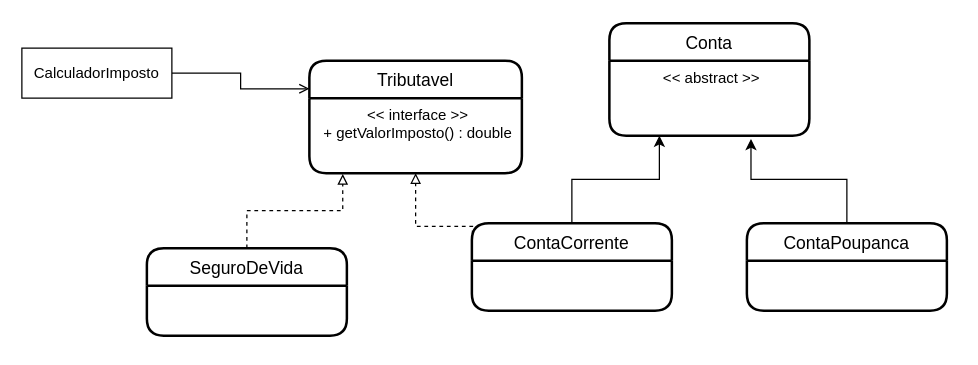
Above: page "by-herança-conta" (2 of 4) of java-puro-alr/Untitled Diagram.drawio in a-pinheira/java-learning-zone (draw.io), before the change. Source tidied: cells renumbered, new cells numbered last; positions are measured from the earlier drawing's top-left corner, leaving out a move shared by most shapes. Both pictures are drawn from the tidied source at 125%, with x=0, y=0 at pixel (21, 22).
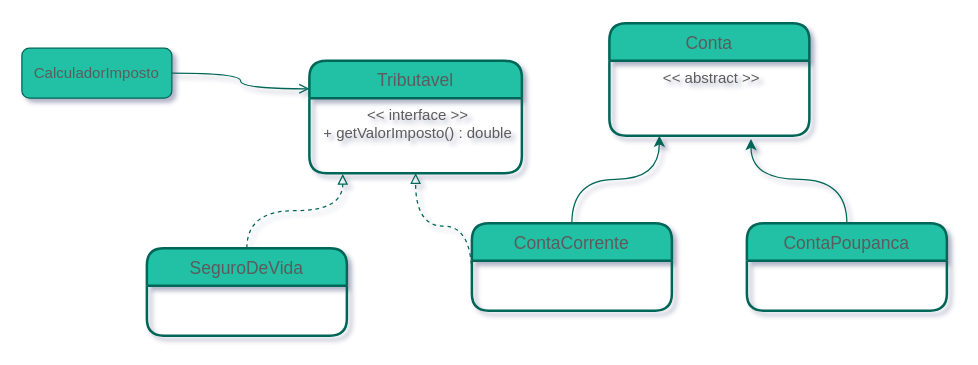
After the change.

The edit, as a diff of the source:
```diff
@@
-<mxGraphModel>
+<mxGraphModel background="#ffffff" shadow="1">
   <root>
     <mxCell id="0" />
     <mxCell id="1" parent="0" />
-    <mxCell id="2" value="Conta" style="swimlane;horizontal=1;startSize=30;rounded=1;fontSize=14;fontStyle=0;strokeWidth=2;shadow=0;dashed=0;align=center;" parent="1" vertex="1">
+    <mxCell id="2" value="Conta" style="swimlane;horizontal=1;startSize=30;fontSize=14;fontStyle=0;strokeWidth=2;shadow=0;dashed=0;align=center;fillColor=#21C0A5;strokeColor=#006658;fontColor=#5C5C5C;rounded=1;" parent="1" vertex="1">
       <mxGeometry x="470" width="160" height="90" as="geometry" />
     </mxCell>
-    <mxCell id="3" value="&lt;&lt; abstract &gt;&gt;" style="align=center;strokeColor=none;fillColor=none;spacingLeft=4;fontSize=12;verticalAlign=top;" parent="2" vertex="1">
+    <mxCell id="3" value="&lt;&lt; abstract &gt;&gt;" style="align=center;strokeColor=none;fillColor=none;spacingLeft=4;fontSize=12;verticalAlign=top;fontColor=#5C5C5C;rounded=1;" parent="2" vertex="1">
       <mxGeometry y="30" width="160" height="60" as="geometry" />
     </mxCell>
-    <mxCell id="4" style="edgeStyle=orthogonalEdgeStyle;rounded=0;jettySize=auto;html=1;entryX=0.708;entryY=1.044;entryDx=0;entryDy=0;entryPerimeter=0;" parent="1" edge="1" source="5" target="3">
+    <mxCell id="4" style="edgeStyle=orthogonalEdgeStyle;jettySize=auto;html=1;entryX=0.708;entryY=1.044;entryDx=0;entryDy=0;entryPerimeter=0;strokeColor=#006658;fontColor=#5C5C5C;curved=1;" parent="1" edge="1" source="5" target="3">
       <mxGeometry relative="1" as="geometry" />
     </mxCell>
-    <mxCell id="5" value="ContaPoupanca" style="swimlane;horizontal=1;startSize=30;rounded=1;fontSize=14;fontStyle=0;strokeWidth=2;shadow=0;dashed=0;align=center;" parent="1" vertex="1">
+    <mxCell id="5" value="ContaPoupanca" style="swimlane;horizontal=1;startSize=30;fontSize=14;fontStyle=0;strokeWidth=2;shadow=0;dashed=0;align=center;fillColor=#21C0A5;strokeColor=#006658;fontColor=#5C5C5C;rounded=1;" parent="1" vertex="1">
       <mxGeometry x="580" y="160" width="160" height="70" as="geometry" />
     </mxCell>
-    <mxCell id="6" style="edgeStyle=orthogonalEdgeStyle;rounded=0;jettySize=auto;html=1;entryX=0.25;entryY=1;entryDx=0;entryDy=0;" parent="1" edge="1" source="8" target="3">
+    <mxCell id="6" style="edgeStyle=orthogonalEdgeStyle;jettySize=auto;html=1;entryX=0.25;entryY=1;entryDx=0;entryDy=0;strokeColor=#006658;fontColor=#5C5C5C;curved=1;" parent="1" edge="1" source="8" target="3">
       <mxGeometry relative="1" as="geometry" />
     </mxCell>
-    <mxCell id="7" style="edgeStyle=orthogonalEdgeStyle;rounded=0;jettySize=auto;html=1;dashed=1;endArrow=block;endFill=0;entryX=0.5;entryY=1;entryDx=0;entryDy=0;exitX=0;exitY=0.25;exitDx=0;exitDy=0;" parent="1" edge="1" target="10">
+    <mxCell id="7" style="edgeStyle=orthogonalEdgeStyle;jettySize=auto;html=1;dashed=1;endArrow=block;endFill=0;entryX=0.5;entryY=1;entryDx=0;entryDy=0;exitX=0;exitY=0.25;exitDx=0;exitDy=0;strokeColor=#006658;fontColor=#5C5C5C;curved=1;" parent="1" edge="1" target="10">
       <mxGeometry relative="1" as="geometry">
         <mxPoint x="360" y="205" as="sourcePoint" />
       </mxGeometry>
     </mxCell>
-    <mxCell id="8" value="ContaCorrente" style="swimlane;horizontal=1;startSize=30;rounded=1;fontSize=14;fontStyle=0;strokeWidth=2;shadow=0;dashed=0;align=center;" parent="1" vertex="1">
+    <mxCell id="8" value="ContaCorrente" style="swimlane;horizontal=1;startSize=30;fontSize=14;fontStyle=0;strokeWidth=2;shadow=0;dashed=0;align=center;fillColor=#21C0A5;strokeColor=#006658;fontColor=#5C5C5C;rounded=1;" parent="1" vertex="1">
       <mxGeometry x="360" y="160" width="160" height="70" as="geometry" />
     </mxCell>
-    <mxCell id="9" value="Tributavel" style="swimlane;horizontal=1;startSize=30;rounded=1;fontSize=14;fontStyle=0;strokeWidth=2;shadow=0;dashed=0;align=center;" parent="1" vertex="1">
+    <mxCell id="9" value="Tributavel" style="swimlane;horizontal=1;startSize=30;fontSize=14;fontStyle=0;strokeWidth=2;shadow=0;dashed=0;align=center;fillColor=#21C0A5;strokeColor=#006658;fontColor=#5C5C5C;rounded=1;" parent="1" vertex="1">
       <mxGeometry x="230" y="30" width="170" height="90" as="geometry" />
     </mxCell>
-    <mxCell id="10" value="&lt;&lt; interface &gt;&gt;&#10;+ getValorImposto() : double" style="align=center;strokeColor=none;fillColor=none;spacingLeft=4;fontSize=12;verticalAlign=top;" parent="9" vertex="1">
+    <mxCell id="10" value="&lt;&lt; interface &gt;&gt;&#10;+ getValorImposto() : double" style="align=center;strokeColor=none;fillColor=none;spacingLeft=4;fontSize=12;verticalAlign=top;fontColor=#5C5C5C;rounded=1;" parent="9" vertex="1">
       <mxGeometry y="30" width="170" height="60" as="geometry" />
     </mxCell>
-    <mxCell id="11" style="edgeStyle=orthogonalEdgeStyle;rounded=0;jettySize=auto;html=1;entryX=0.157;entryY=1.011;entryDx=0;entryDy=0;entryPerimeter=0;endArrow=block;endFill=0;dashed=1;" parent="1" edge="1" source="12" target="10">
+    <mxCell id="11" style="edgeStyle=orthogonalEdgeStyle;jettySize=auto;html=1;entryX=0.157;entryY=1.011;entryDx=0;entryDy=0;entryPerimeter=0;endArrow=block;endFill=0;dashed=1;strokeColor=#006658;fontColor=#5C5C5C;curved=1;" parent="1" edge="1" source="12" target="10">
       <mxGeometry relative="1" as="geometry" />
     </mxCell>
-    <mxCell id="12" value="SeguroDeVida" style="swimlane;horizontal=1;startSize=30;rounded=1;fontSize=14;fontStyle=0;strokeWidth=2;shadow=0;dashed=0;align=center;" parent="1" vertex="1">
+    <mxCell id="12" value="SeguroDeVida" style="swimlane;horizontal=1;startSize=30;fontSize=14;fontStyle=0;strokeWidth=2;shadow=0;dashed=0;align=center;fillColor=#21C0A5;strokeColor=#006658;fontColor=#5C5C5C;rounded=1;" parent="1" vertex="1">
       <mxGeometry x="100" y="180" width="160" height="70" as="geometry" />
     </mxCell>
-    <mxCell id="13" style="edgeStyle=orthogonalEdgeStyle;rounded=0;jettySize=auto;html=1;entryX=0;entryY=0.25;entryDx=0;entryDy=0;endArrow=open;endFill=0;" parent="1" edge="1" source="14" target="9">
+    <mxCell id="13" style="edgeStyle=orthogonalEdgeStyle;jettySize=auto;html=1;entryX=0;entryY=0.25;entryDx=0;entryDy=0;endArrow=open;endFill=0;strokeColor=#006658;fontColor=#5C5C5C;curved=1;" parent="1" edge="1" source="14" target="9">
       <mxGeometry relative="1" as="geometry" />
     </mxCell>
-    <mxCell id="14" value="CalculadorImposto" style="whiteSpace=wrap;html=1;align=center;" parent="1" vertex="1">
+    <mxCell id="14" value="CalculadorImposto" style="whiteSpace=wrap;html=1;align=center;fillColor=#21C0A5;strokeColor=#006658;fontColor=#5C5C5C;rounded=1;" parent="1" vertex="1">
       <mxGeometry y="20" width="120" height="40" as="geometry" />
     </mxCell>
   </root>
 </mxGraphModel>
```
